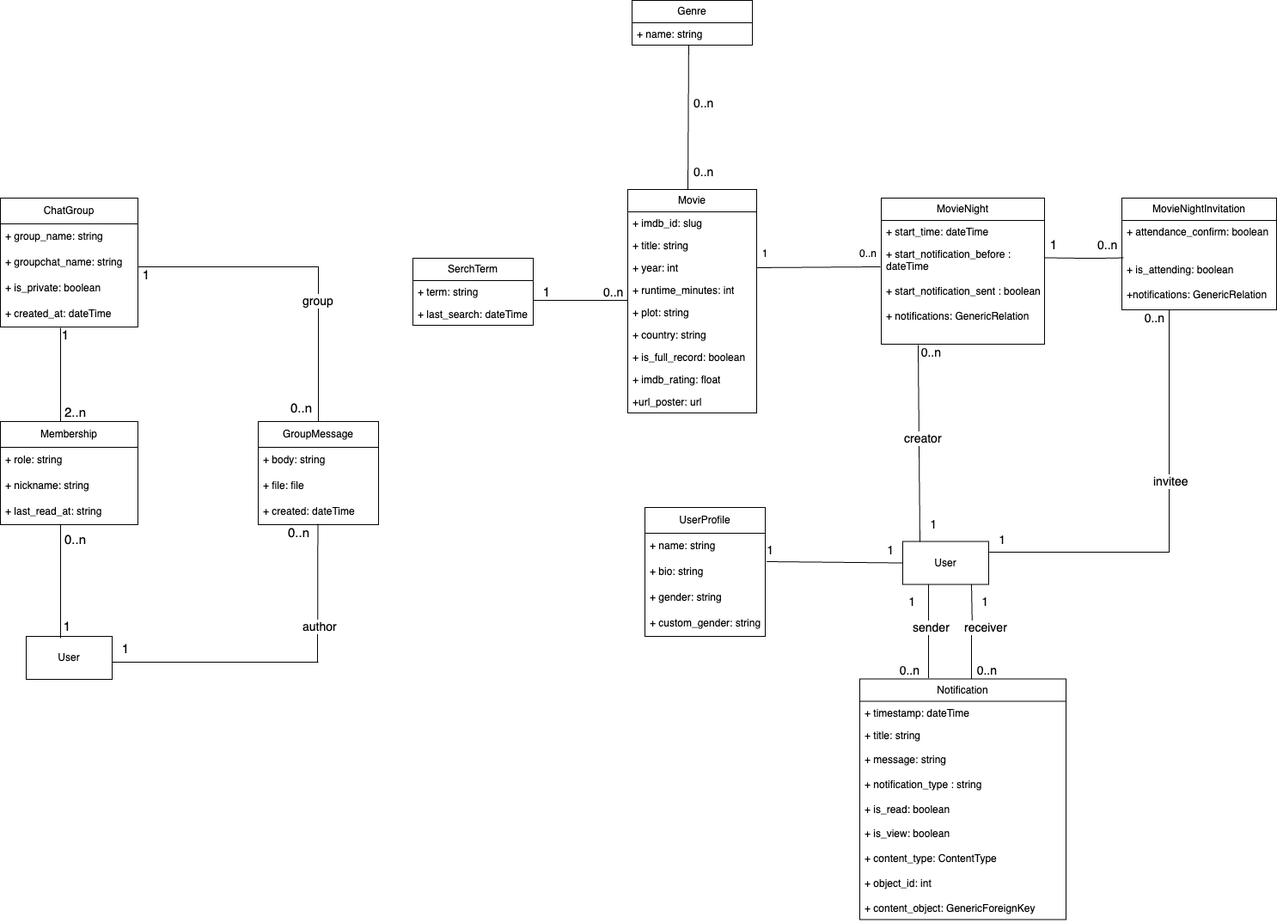
Earlier version of the draw.io export movienight-uml.drawio.png (nldq092203/Movie-Night). Source tidied: cells renumbered, new cells last; positions are measured from the earlier drawing's top-left corner, leaving out a move shared by most shapes.
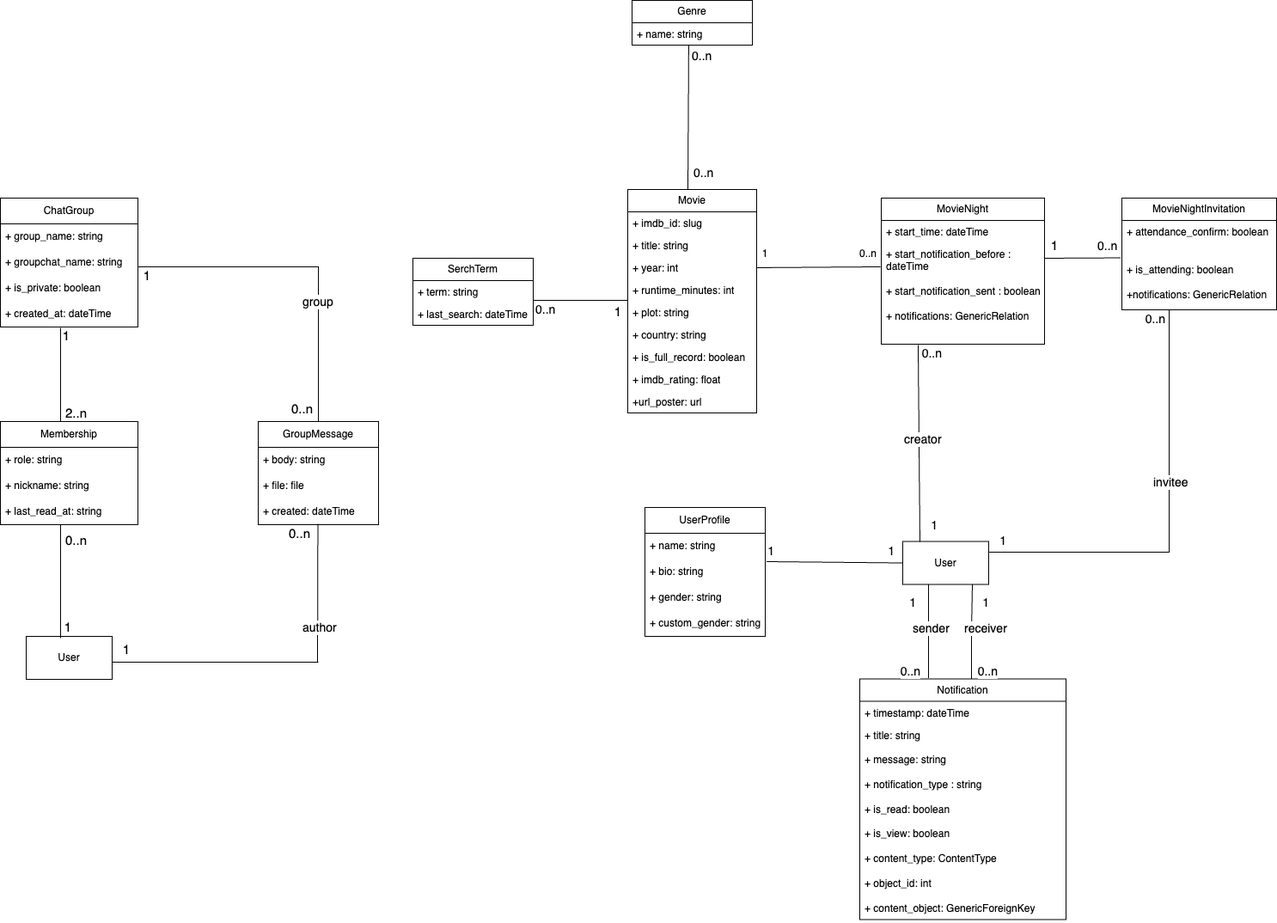
After the change.

What changed in the source:
```diff
@@ -2,14 +2,6 @@
   <root>
     <mxCell id="0" />
     <mxCell id="1" parent="0" />
-    <mxCell id="2" style="endArrow=none;html=1;rounded=0;exitX=1;exitY=0.148;exitDx=0;exitDy=0;exitPerimeter=0;entryX=0.011;entryY=-0.008;entryDx=0;entryDy=0;entryPerimeter=0;" parent="1" edge="1" source="28" target="31">
-      <mxGeometry relative="1" as="geometry">
-        <Array as="points">
-          <mxPoint x="1260" y="300" />
-          <mxPoint x="1280" y="300" />
-        </Array>
-      </mxGeometry>
-    </mxCell>
     <mxCell id="3" value="&lt;font style=&quot;font-size: 15px;&quot;&gt;1&lt;/font&gt;" style="edgeLabel;html=1;align=right;verticalAlign=bottom;" parent="1" vertex="1">
       <mxGeometry x="1230" y="295" as="geometry" />
     </mxCell>
@@ -20,10 +12,10 @@
       <mxGeometry relative="1" as="geometry" />
     </mxCell>
     <mxCell id="6" value="&lt;font style=&quot;font-size: 15px;&quot;&gt;1&lt;/font&gt;" style="edgeLabel;html=1;align=right;verticalAlign=bottom;" parent="1" vertex="1">
-      <mxGeometry x="640" y="350" as="geometry" />
+      <mxGeometry x="722" y="372" as="geometry" />
     </mxCell>
     <mxCell id="7" value="&lt;font style=&quot;font-size: 14px;&quot;&gt;&lt;font style=&quot;font-size: 14px;&quot;&gt;0.&lt;/font&gt;.n&lt;/font&gt;" style="edgeLabel;html=1;align=left;verticalAlign=bottom;rotation=0;" parent="1" vertex="1">
-      <mxGeometry x="700" y="350" as="geometry" />
+      <mxGeometry x="621" y="369" as="geometry" />
     </mxCell>
     <mxCell id="8" style="endArrow=none;html=1;rounded=0;exitX=0.5;exitY=0;exitDx=0;exitDy=0;entryX=0.471;entryY=1;entryDx=0;entryDy=0;entryPerimeter=0;" parent="1" edge="1" target="12">
       <mxGeometry relative="1" as="geometry">
@@ -31,7 +23,7 @@
       </mxGeometry>
     </mxCell>
     <mxCell id="9" value="&lt;font style=&quot;font-size: 14px;&quot;&gt;&lt;font style=&quot;font-size: 14px;&quot;&gt;0.&lt;/font&gt;.n&lt;/font&gt;" style="edgeLabel;html=1;align=left;verticalAlign=bottom;" parent="1" vertex="1">
-      <mxGeometry x="805" y="130" as="geometry" />
+      <mxGeometry x="803" y="74" as="geometry" />
     </mxCell>
     <mxCell id="10" value="&lt;font style=&quot;font-size: 14px;&quot;&gt;&lt;font style=&quot;font-size: 14px;&quot;&gt;0.&lt;/font&gt;.n&lt;/font&gt;" style="edgeLabel;html=1;align=left;verticalAlign=bottom;" parent="1" vertex="1">
       <mxGeometry x="805" y="210" as="geometry" />
@@ -318,5 +310,10 @@
     <mxCell id="92" value="&lt;font style=&quot;font-size: 14px;&quot;&gt;group&lt;/font&gt;" style="edgeLabel;html=1;align=left;verticalAlign=bottom;rotation=0;" parent="1" vertex="1">
       <mxGeometry x="350" y="360" as="geometry" />
     </mxCell>
+    <mxCell id="93" style="endArrow=none;html=1;rounded=0;entryX=-0.008;entryY=-0.008;entryDx=0;entryDy=0;entryPerimeter=0;" parent="1" edge="1" target="31">
+      <mxGeometry relative="1" as="geometry">
+        <mxPoint x="1215" y="300" as="sourcePoint" />
+      </mxGeometry>
+    </mxCell>
   </root>
 </mxGraphModel>
```
